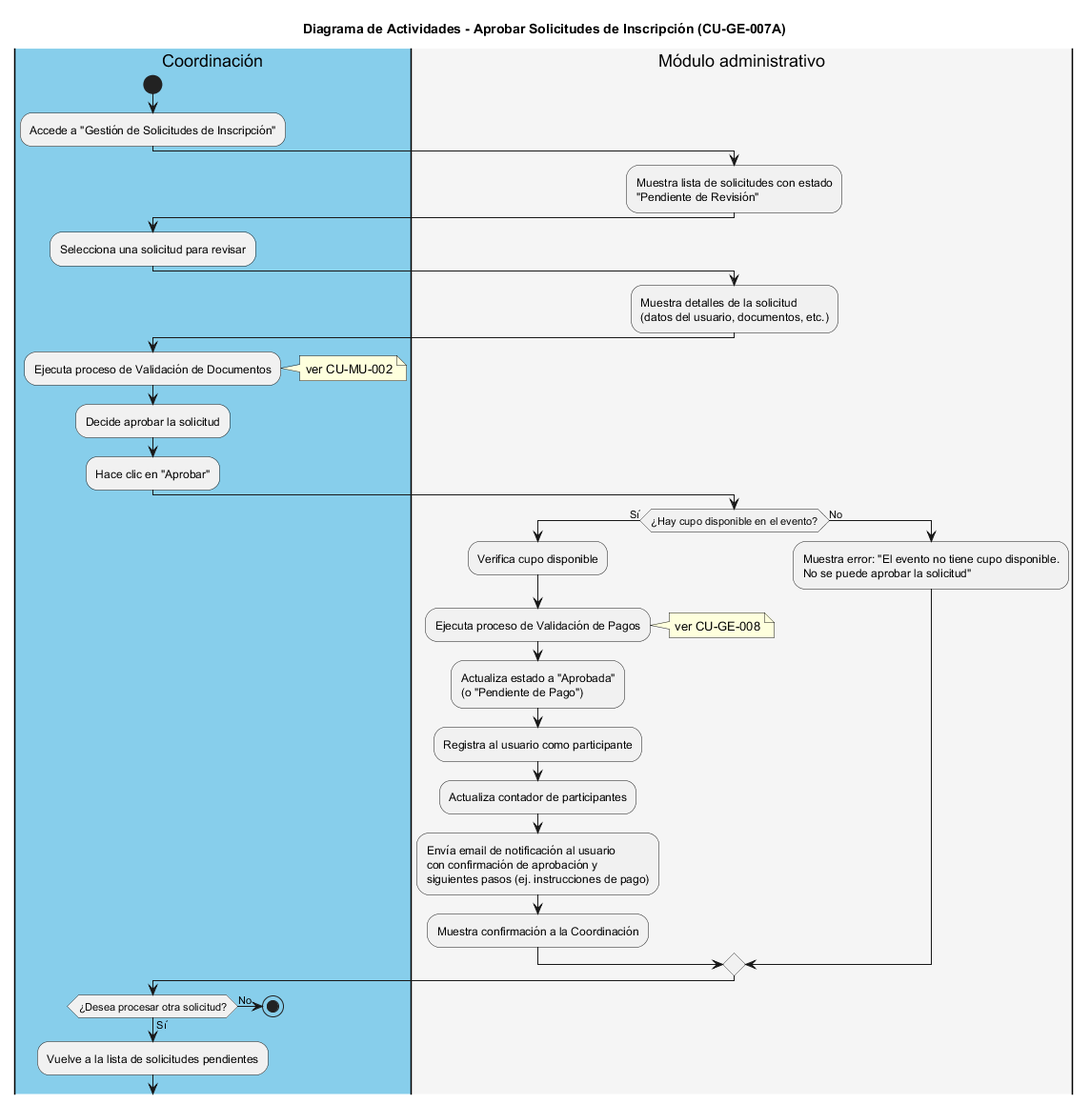
Before: img/CU-GE-007A_Aprobar_Inscripciones.png, a diagram exported from PlantUML (iKinoo/baby-salesforce-admin-module). Its diagram source:
```plantuml
@startuml
title Diagrama de Actividades - Aprobar Solicitudes de Inscripción (CU-GE-007A)

|#skyblue|Coordinación|
start
:Accede a "Gestión de Solicitudes de Inscripción";

|#whitesmoke|Módulo administrativo|
:Muestra lista de solicitudes con estado
"Pendiente de Revisión";

|#skyblue|Coordinación|
:Selecciona una solicitud para revisar;

|#whitesmoke|Módulo administrativo|
:Muestra detalles de la solicitud
(datos del usuario, documentos, etc.);

|#skyblue|Coordinación|
:Ejecuta proceso de Validación de Documentos;
note right: ver CU-MU-002
:Decide aprobar la solicitud;
:Hace clic en "Aprobar";

|#whitesmoke|Módulo administrativo|
if (¿Hay cupo disponible en el evento?) then (Sí)
  :Verifica cupo disponible;
  :Ejecuta proceso de Validación de Pagos;
  note right: ver CU-GE-008
  :Actualiza estado a "Aprobada"
  (o "Pendiente de Pago");
  :Registra al usuario como participante;
  :Actualiza contador de participantes;
  :Envía email de notificación al usuario
  con confirmación de aprobación y
  siguientes pasos (ej. instrucciones de pago);
  :Muestra confirmación a la Coordinación;
else (No)
  :Muestra error: "El evento no tiene cupo disponible.
  No se puede aprobar la solicitud";
endif

|#skyblue|Coordinación|
if (¿Desea procesar otra solicitud?) then (Sí)
  :Vuelve a la lista de solicitudes pendientes;
else (No)
  stop
endif
@enduml
```
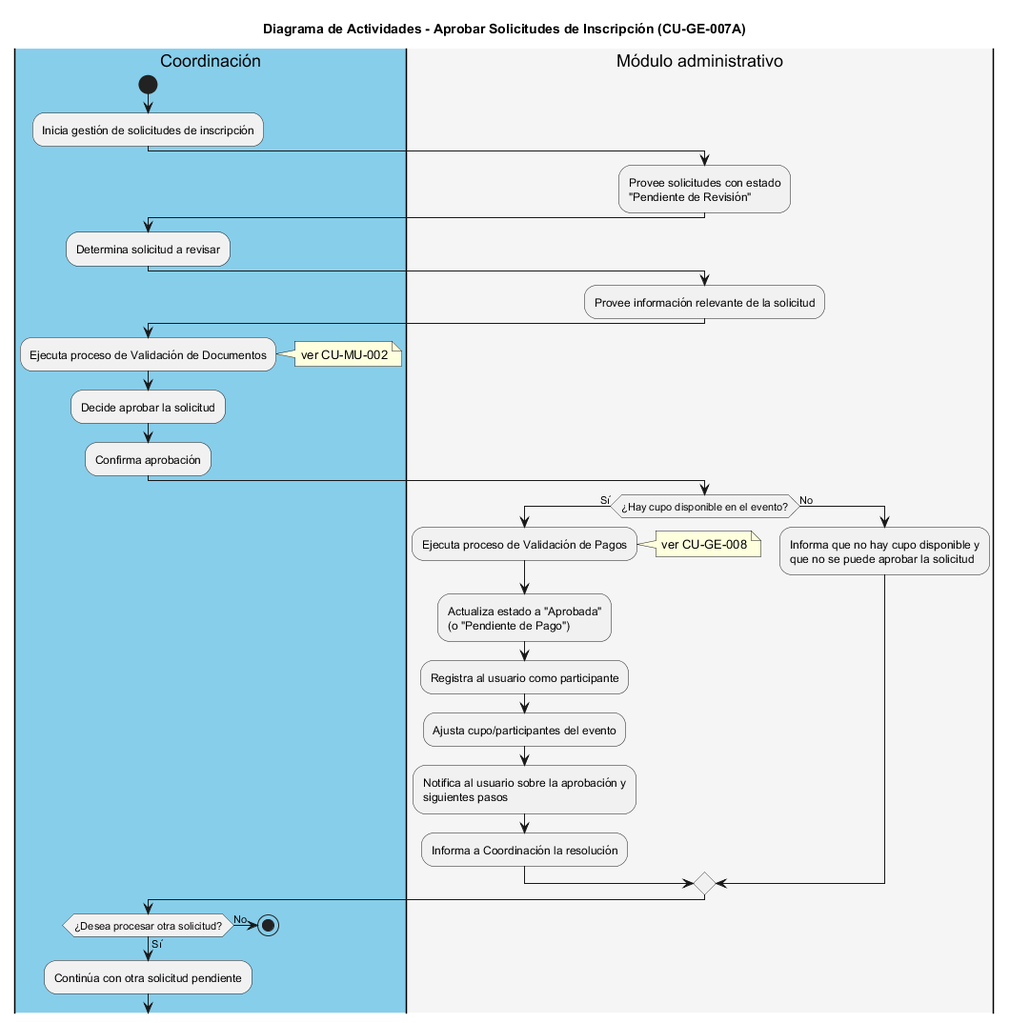
Later version of the same file.

The edit, as a diff of the source:
```diff
@@ -1,48 +1,45 @@
-@startuml
+@startuml CU-GE-007A_Aprobar_Inscripciones
 title Diagrama de Actividades - Aprobar Solicitudes de Inscripción (CU-GE-007A)
 
 |#skyblue|Coordinación|
 start
-:Accede a "Gestión de Solicitudes de Inscripción";
+:Inicia gestión de solicitudes de inscripción;
 
 |#whitesmoke|Módulo administrativo|
-:Muestra lista de solicitudes con estado
+:Provee solicitudes con estado
 "Pendiente de Revisión";
 
 |#skyblue|Coordinación|
-:Selecciona una solicitud para revisar;
+:Determina solicitud a revisar;
 
 |#whitesmoke|Módulo administrativo|
-:Muestra detalles de la solicitud
-(datos del usuario, documentos, etc.);
+:Provee información relevante de la solicitud;
 
 |#skyblue|Coordinación|
 :Ejecuta proceso de Validación de Documentos;
 note right: ver CU-MU-002
 :Decide aprobar la solicitud;
-:Hace clic en "Aprobar";
+:Confirma aprobación;
 
 |#whitesmoke|Módulo administrativo|
 if (¿Hay cupo disponible en el evento?) then (Sí)
-  :Verifica cupo disponible;
   :Ejecuta proceso de Validación de Pagos;
   note right: ver CU-GE-008
   :Actualiza estado a "Aprobada"
   (o "Pendiente de Pago");
   :Registra al usuario como participante;
-  :Actualiza contador de participantes;
-  :Envía email de notificación al usuario
-  con confirmación de aprobación y
-  siguientes pasos (ej. instrucciones de pago);
-  :Muestra confirmación a la Coordinación;
+  :Ajusta cupo/participantes del evento;
+  :Notifica al usuario sobre la aprobación y
+  siguientes pasos;
+  :Informa a Coordinación la resolución;
 else (No)
-  :Muestra error: "El evento no tiene cupo disponible.
-  No se puede aprobar la solicitud";
+  :Informa que no hay cupo disponible y
+  que no se puede aprobar la solicitud;
 endif
 
 |#skyblue|Coordinación|
 if (¿Desea procesar otra solicitud?) then (Sí)
-  :Vuelve a la lista de solicitudes pendientes;
+  :Continúa con otra solicitud pendiente;
 else (No)
   stop
 endif
```
